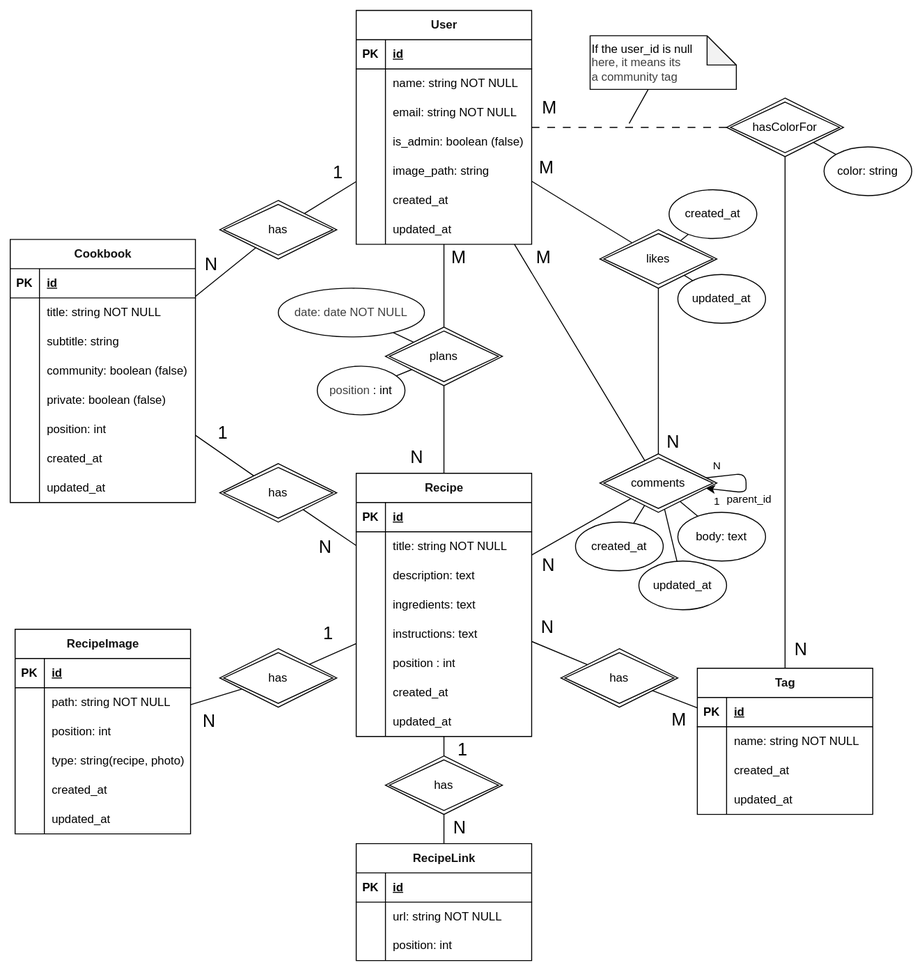
The draw.io diagram docs/diagrams/db-schema.drawio.svg in lchristmann/recipe-manager, before a commit. Source tidied: cells renumbered, new cells last; positions are measured from the earlier drawing's top-left corner, leaving out a move shared by most shapes.
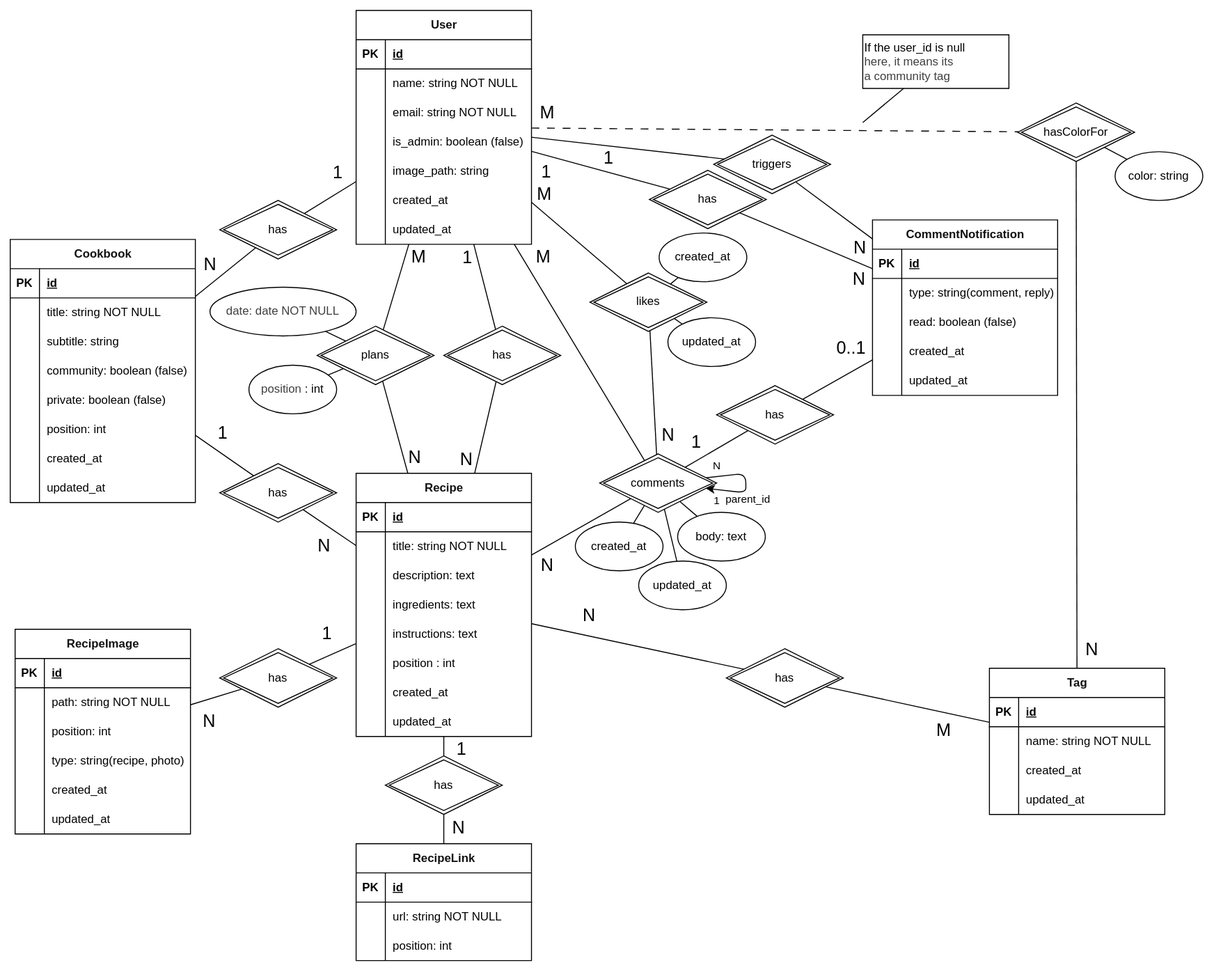
After the change.

Commit message:
feat: comment notifications (just creation for now) + have user_id on recipes

What changed in the source:
```diff
@@ -261,7 +261,7 @@
     </mxCell>
     <mxCell id="85" value="M" style="edgeLabel;html=1;align=center;verticalAlign=middle;fontSize=18;" parent="84" vertex="1">
       <mxGeometry x="-0.47" y="-2" relative="1" as="geometry">
-        <mxPoint x="16" y="-10" as="offset" />
+        <mxPoint x="18" y="-10" as="offset" />
       </mxGeometry>
     </mxCell>
     <mxCell id="86" style="edgeStyle=none;html=1;endArrow=none;endFill=0;" parent="1" edge="1" source="90" target="54">
@@ -269,7 +269,7 @@
     </mxCell>
     <mxCell id="87" value="N" style="edgeLabel;html=1;align=center;verticalAlign=middle;fontSize=18;" parent="86" vertex="1">
       <mxGeometry x="0.54" y="3" relative="1" as="geometry">
-        <mxPoint x="-32" y="4" as="offset" />
+        <mxPoint x="10" y="6" as="offset" />
       </mxGeometry>
     </mxCell>
     <mxCell id="88" style="edgeStyle=none;html=1;endArrow=none;endFill=0;" parent="1" edge="1" source="90" target="133">
@@ -279,7 +279,7 @@
       <mxGeometry relative="1" as="geometry" />
     </mxCell>
     <mxCell id="90" value="&lt;span style=&quot;background-color: light-dark(#ffffff, var(--ge-dark-color, #121212));&quot;&gt;plans&lt;/span&gt;" style="shape=rhombus;double=1;perimeter=rhombusPerimeter;whiteSpace=wrap;html=1;align=center;labelBackgroundColor=default;fillColor=#FFFFFF;" parent="1" vertex="1">
-      <mxGeometry x="385" y="325" width="120" height="60" as="geometry" />
+      <mxGeometry x="315" y="324" width="120" height="60" as="geometry" />
     </mxCell>
     <mxCell id="91" value="&lt;span style=&quot;background-color: light-dark(#ffffff, var(--ge-dark-color, #121212));&quot;&gt;&lt;font style=&quot;color: rgb(18, 18, 18);&quot;&gt;RecipeImage&lt;/font&gt;&lt;/span&gt;" style="shape=table;startSize=30;rowLines=0;fontStyle=1;align=center;html=1;labelBackgroundColor=default;fillColor=#FFFFFF;" parent="1" vertex="1">
       <mxGeometry x="5" y="635" width="180" height="210" as="geometry" />
@@ -358,7 +358,7 @@
       </mxGeometry>
     </mxCell>
     <mxCell id="115" value="&lt;span style=&quot;background-color: light-dark(#ffffff, var(--ge-dark-color, #121212));&quot;&gt;&lt;font style=&quot;color: rgb(18, 18, 18);&quot;&gt;Tag&lt;/font&gt;&lt;/span&gt;" style="shape=table;startSize=30;rowLines=0;fontStyle=1;align=center;html=1;labelBackgroundColor=default;fillColor=#FFFFFF;" parent="1" vertex="1">
-      <mxGeometry x="705" y="675" width="180" height="150" as="geometry" />
+      <mxGeometry x="1005" y="675" width="180" height="150" as="geometry" />
     </mxCell>
     <mxCell id="116" style="shape=tableRow;horizontal=0;startSize=0;swimlaneHead=0;swimlaneBody=0;fillColor=none;top=0;left=0;right=0;bottom=1;" parent="115" vertex="1">
       <mxGeometry y="30" width="180" height="30" as="geometry" />
@@ -397,7 +397,7 @@
       <mxGeometry x="30" width="150" height="30" as="geometry" />
     </mxCell>
     <mxCell id="128" value="&lt;span style=&quot;background-color: light-dark(#ffffff, var(--ge-dark-color, #121212));&quot;&gt;has&lt;/span&gt;" style="shape=rhombus;double=1;perimeter=rhombusPerimeter;whiteSpace=wrap;html=1;align=center;labelBackgroundColor=default;fillColor=#FFFFFF;" parent="1" vertex="1">
-      <mxGeometry x="565" y="655" width="120" height="60" as="geometry" />
+      <mxGeometry x="735" y="655" width="120" height="60" as="geometry" />
     </mxCell>
     <mxCell id="129" style="edgeStyle=none;html=1;endArrow=none;endFill=0;" parent="1" edge="1" source="128" target="115">
       <mxGeometry relative="1" as="geometry" />
@@ -416,10 +416,10 @@
       </mxGeometry>
     </mxCell>
     <mxCell id="133" value="&lt;span style=&quot;color: rgb(63, 63, 63);&quot;&gt;date: date NOT NULL&lt;/span&gt;" style="ellipse;whiteSpace=wrap;html=1;fillStyle=solid;fillColor=#FFFFFF;" parent="1" vertex="1">
-      <mxGeometry x="275" y="285" width="150" height="50" as="geometry" />
+      <mxGeometry x="205" y="284" width="150" height="50" as="geometry" />
     </mxCell>
     <mxCell id="134" value="&lt;span style=&quot;color: rgb(63, 63, 63); scrollbar-color: rgb(226, 226, 226) rgb(251, 251, 251); background-color: transparent;&quot;&gt;position&lt;/span&gt;&lt;span style=&quot;scrollbar-color: rgb(226, 226, 226) rgb(251, 251, 251); background-color: transparent; text-align: left; color: rgb(0, 0, 0);&quot;&gt;: int&lt;/span&gt;" style="ellipse;whiteSpace=wrap;html=1;fillStyle=solid;fillColor=#FFFFFF;" parent="1" vertex="1">
-      <mxGeometry x="315" y="365" width="90" height="50" as="geometry" />
+      <mxGeometry x="245" y="364" width="90" height="50" as="geometry" />
     </mxCell>
     <mxCell id="135" value="&lt;span style=&quot;background-color: light-dark(#ffffff, var(--ge-dark-color, #121212));&quot;&gt;&lt;font style=&quot;color: rgb(18, 18, 18);&quot;&gt;RecipeLink&lt;/font&gt;&lt;/span&gt;" style="shape=table;startSize=30;rowLines=0;fontStyle=1;align=center;html=1;labelBackgroundColor=default;fillColor=#FFFFFF;" parent="1" vertex="1">
       <mxGeometry x="355" y="855" width="180" height="120" as="geometry" />
@@ -475,7 +475,7 @@
     </mxCell>
     <mxCell id="151" value="M" style="edgeLabel;html=1;align=center;verticalAlign=middle;fontSize=18;" parent="150" vertex="1">
       <mxGeometry x="-0.47" y="-2" relative="1" as="geometry">
-        <mxPoint x="-36" y="-23" as="offset" />
+        <mxPoint x="-117" y="-19" as="offset" />
       </mxGeometry>
     </mxCell>
     <mxCell id="152" style="edgeStyle=none;html=1;endArrow=none;endFill=0;" parent="1" edge="1" source="155" target="115">
@@ -490,18 +490,18 @@
       <mxGeometry relative="1" as="geometry" />
     </mxCell>
     <mxCell id="155" value="&lt;span style=&quot;background-color: light-dark(#ffffff, var(--ge-dark-color, #121212));&quot;&gt;hasColorFor&lt;/span&gt;" style="shape=rhombus;double=1;perimeter=rhombusPerimeter;whiteSpace=wrap;html=1;align=center;labelBackgroundColor=default;fillColor=#FFFFFF;" parent="1" vertex="1">
-      <mxGeometry x="735" y="90" width="120" height="60" as="geometry" />
+      <mxGeometry x="1034" y="95" width="120" height="60" as="geometry" />
     </mxCell>
     <mxCell id="156" value="color: string" style="ellipse;whiteSpace=wrap;html=1;fillStyle=solid;fillColor=#FFFFFF;" parent="1" vertex="1">
-      <mxGeometry x="835" y="140" width="90" height="50" as="geometry" />
+      <mxGeometry x="1134" y="145" width="90" height="50" as="geometry" />
     </mxCell>
     <mxCell id="157" style="edgeStyle=none;html=1;endArrow=none;endFill=0;" parent="1" edge="1" source="158">
       <mxGeometry relative="1" as="geometry">
-        <mxPoint x="635" y="116" as="targetPoint" />
+        <mxPoint x="875" y="115" as="targetPoint" />
       </mxGeometry>
     </mxCell>
-    <mxCell id="158" value="&amp;nbsp;If the user_id is null&lt;div&gt;&lt;div style=&quot;&quot;&gt;&lt;span style=&quot;color: rgb(63, 63, 63); background-color: transparent;&quot;&gt;&amp;nbsp;here, it means its&lt;/span&gt;&lt;/div&gt;&lt;div style=&quot;&quot;&gt;&lt;span style=&quot;color: rgb(63, 63, 63); background-color: transparent;&quot;&gt;&amp;nbsp;a community tag&lt;/span&gt;&lt;/div&gt;&lt;/div&gt;" style="shape=note;whiteSpace=wrap;html=1;backgroundOutline=1;darkOpacity=0.05;align=left;fillStyle=solid;fillColor=#FFFFFF;" parent="1" vertex="1">
-      <mxGeometry x="595" y="26" width="150" height="55" as="geometry" />
+    <mxCell id="158" value="&amp;nbsp;If the user_id is null&lt;div&gt;&lt;div style=&quot;&quot;&gt;&lt;span style=&quot;color: rgb(63, 63, 63); background-color: transparent;&quot;&gt;&amp;nbsp;here, it means its&lt;/span&gt;&lt;/div&gt;&lt;div style=&quot;&quot;&gt;&lt;span style=&quot;color: rgb(63, 63, 63); background-color: transparent;&quot;&gt;&amp;nbsp;a community tag&lt;/span&gt;&lt;/div&gt;&lt;/div&gt;" style="shape=note;whiteSpace=wrap;html=1;backgroundOutline=1;darkOpacity=0.05;align=left;fillStyle=solid;fillColor=#FFFFFF;size=0;" parent="1" vertex="1">
+      <mxGeometry x="875" y="25" width="150" height="55" as="geometry" />
     </mxCell>
     <mxCell id="159" style="edgeStyle=none;html=1;endArrow=none;endFill=0;" parent="1" edge="1" source="2" target="165">
       <mxGeometry relative="1" as="geometry" />
@@ -575,23 +575,147 @@
     </mxCell>
     <mxCell id="177" value="N" style="edgeLabel;html=1;align=center;verticalAlign=middle;fontSize=18;" parent="176" vertex="1">
       <mxGeometry x="0.54" y="3" relative="1" as="geometry">
-        <mxPoint x="11" y="26" as="offset" />
+        <mxPoint x="10" y="9" as="offset" />
       </mxGeometry>
     </mxCell>
     <mxCell id="178" value="&lt;span style=&quot;background-color: light-dark(#ffffff, var(--ge-dark-color, #121212));&quot;&gt;likes&lt;/span&gt;" style="shape=rhombus;double=1;perimeter=rhombusPerimeter;whiteSpace=wrap;html=1;align=center;labelBackgroundColor=default;fillColor=#FFFFFF;" parent="1" vertex="1">
-      <mxGeometry x="605" y="225" width="120" height="60" as="geometry" />
+      <mxGeometry x="595" y="269.4" width="120" height="60" as="geometry" />
     </mxCell>
     <mxCell id="179" style="edgeStyle=none;html=1;endArrow=none;endFill=0;" parent="1" edge="1" source="180" target="178">
       <mxGeometry relative="1" as="geometry" />
     </mxCell>
     <mxCell id="180" value="created_at" style="ellipse;whiteSpace=wrap;html=1;fillStyle=solid;fillColor=#FFFFFF;" parent="1" vertex="1">
-      <mxGeometry x="676" y="184" width="90" height="50" as="geometry" />
+      <mxGeometry x="666" y="228.4" width="90" height="50" as="geometry" />
     </mxCell>
     <mxCell id="181" style="edgeStyle=none;html=1;endArrow=none;endFill=0;" parent="1" edge="1" source="182" target="178">
       <mxGeometry relative="1" as="geometry" />
     </mxCell>
     <mxCell id="182" value="updated_at" style="ellipse;whiteSpace=wrap;html=1;fillStyle=solid;fillColor=#FFFFFF;" parent="1" vertex="1">
-      <mxGeometry x="685" y="271" width="90" height="50" as="geometry" />
+      <mxGeometry x="675" y="315.4" width="90" height="50" as="geometry" />
     </mxCell>
+    <mxCell id="183" value="&lt;span style=&quot;background-color: light-dark(#ffffff, var(--ge-dark-color, #121212));&quot;&gt;&lt;font style=&quot;color: rgb(18, 18, 18);&quot;&gt;CommentNotification&lt;/font&gt;&lt;/span&gt;" style="shape=table;startSize=30;rowLines=0;fontStyle=1;align=center;html=1;labelBackgroundColor=default;fillColor=#FFFFFF;" parent="1" vertex="1">
+      <mxGeometry x="885" y="215" width="190" height="180" as="geometry" />
+    </mxCell>
+    <mxCell id="184" style="shape=tableRow;horizontal=0;startSize=0;swimlaneHead=0;swimlaneBody=0;fillColor=none;top=0;left=0;right=0;bottom=1;" parent="183" vertex="1">
+      <mxGeometry y="30" width="190" height="30" as="geometry" />
+    </mxCell>
+    <mxCell id="185" value="PK" style="shape=partialRectangle;fillColor=none;top=0;left=0;bottom=0;right=0;fontStyle=1;overflow=hidden;whiteSpace=wrap;html=1;" parent="184" vertex="1">
+      <mxGeometry width="30" height="30" as="geometry" />
+    </mxCell>
+    <mxCell id="186" value="id" style="shape=partialRectangle;fillColor=none;top=0;left=0;bottom=0;right=0;align=left;spacingLeft=6;fontStyle=5;overflow=hidden;whiteSpace=wrap;html=1;" parent="184" vertex="1">
+      <mxGeometry x="30" width="160" height="30" as="geometry" />
+    </mxCell>
+    <mxCell id="187" style="shape=tableRow;horizontal=0;startSize=0;swimlaneHead=0;swimlaneBody=0;fillColor=none;top=0;left=0;right=0;bottom=0;" parent="183" vertex="1">
+      <mxGeometry y="60" width="190" height="30" as="geometry" />
+    </mxCell>
+    <mxCell id="188" style="shape=partialRectangle;fillColor=none;top=0;left=0;bottom=0;right=0;overflow=hidden;whiteSpace=wrap;html=1;" parent="187" vertex="1">
+      <mxGeometry width="30" height="30" as="geometry" />
+    </mxCell>
+    <mxCell id="189" value="&lt;span style=&quot;color: rgb(0, 0, 0);&quot;&gt;type: string(comment, reply)&lt;/span&gt;" style="shape=partialRectangle;fillColor=none;top=0;left=0;bottom=0;right=0;align=left;spacingLeft=6;overflow=hidden;whiteSpace=wrap;html=1;" parent="187" vertex="1">
+      <mxGeometry x="30" width="160" height="30" as="geometry" />
+    </mxCell>
+    <mxCell id="190" style="shape=tableRow;horizontal=0;startSize=0;swimlaneHead=0;swimlaneBody=0;fillColor=none;top=0;left=0;right=0;bottom=0;" parent="183" vertex="1">
+      <mxGeometry y="90" width="190" height="30" as="geometry" />
+    </mxCell>
+    <mxCell id="191" style="shape=partialRectangle;fillColor=none;top=0;left=0;bottom=0;right=0;overflow=hidden;whiteSpace=wrap;html=1;" parent="190" vertex="1">
+      <mxGeometry width="30" height="30" as="geometry" />
+    </mxCell>
+    <mxCell id="192" value="read: boolean (false)" style="shape=partialRectangle;fillColor=none;top=0;left=0;bottom=0;right=0;align=left;spacingLeft=6;overflow=hidden;whiteSpace=wrap;html=1;" parent="190" vertex="1">
+      <mxGeometry x="30" width="160" height="30" as="geometry" />
+    </mxCell>
+    <mxCell id="193" style="shape=tableRow;horizontal=0;startSize=0;swimlaneHead=0;swimlaneBody=0;fillColor=none;top=0;left=0;right=0;bottom=0;" parent="183" vertex="1">
+      <mxGeometry y="120" width="190" height="30" as="geometry" />
+    </mxCell>
+    <mxCell id="194" style="shape=partialRectangle;fillColor=none;top=0;left=0;bottom=0;right=0;overflow=hidden;whiteSpace=wrap;html=1;" parent="193" vertex="1">
+      <mxGeometry width="30" height="30" as="geometry" />
+    </mxCell>
+    <mxCell id="195" value="created_at" style="shape=partialRectangle;fillColor=none;top=0;left=0;bottom=0;right=0;align=left;spacingLeft=6;overflow=hidden;whiteSpace=wrap;html=1;" parent="193" vertex="1">
+      <mxGeometry x="30" width="160" height="30" as="geometry" />
+    </mxCell>
+    <mxCell id="196" style="shape=tableRow;horizontal=0;startSize=0;swimlaneHead=0;swimlaneBody=0;fillColor=none;top=0;left=0;right=0;bottom=0;" parent="183" vertex="1">
+      <mxGeometry y="150" width="190" height="30" as="geometry" />
+    </mxCell>
+    <mxCell id="197" style="shape=partialRectangle;fillColor=none;top=0;left=0;bottom=0;right=0;overflow=hidden;whiteSpace=wrap;html=1;" parent="196" vertex="1">
+      <mxGeometry width="30" height="30" as="geometry" />
+    </mxCell>
+    <mxCell id="198" value="&lt;span style=&quot;color: rgb(0, 0, 0);&quot;&gt;updated_at&lt;/span&gt;" style="shape=partialRectangle;fillColor=none;top=0;left=0;bottom=0;right=0;align=left;spacingLeft=6;overflow=hidden;whiteSpace=wrap;html=1;" parent="196" vertex="1">
+      <mxGeometry x="30" width="160" height="30" as="geometry" />
+    </mxCell>
+    <mxCell id="199" style="edgeStyle=none;html=1;endArrow=none;endFill=0;" parent="1" edge="1" source="2" target="203">
+      <mxGeometry relative="1" as="geometry" />
+    </mxCell>
+    <mxCell id="200" value="1" style="edgeLabel;html=1;align=center;verticalAlign=middle;fontSize=18;" parent="199" vertex="1">
+      <mxGeometry x="-0.47" y="-2" relative="1" as="geometry">
+        <mxPoint x="-23" y="9" as="offset" />
+      </mxGeometry>
+    </mxCell>
+    <mxCell id="201" style="edgeStyle=none;html=1;endArrow=none;endFill=0;" parent="1" edge="1" source="203" target="183">
+      <mxGeometry relative="1" as="geometry" />
+    </mxCell>
+    <mxCell id="202" value="N" style="edgeLabel;html=1;align=center;verticalAlign=middle;fontSize=18;" parent="201" vertex="1">
+      <mxGeometry x="0.54" y="3" relative="1" as="geometry">
+        <mxPoint x="16" y="26" as="offset" />
+      </mxGeometry>
+    </mxCell>
+    <mxCell id="203" value="&lt;span style=&quot;background-color: light-dark(#ffffff, var(--ge-dark-color, #121212));&quot;&gt;has&lt;/span&gt;" style="shape=rhombus;double=1;perimeter=rhombusPerimeter;whiteSpace=wrap;html=1;align=center;labelBackgroundColor=default;fillColor=#FFFFFF;" parent="1" vertex="1">
+      <mxGeometry x="656" y="164" width="120" height="60" as="geometry" />
+    </mxCell>
+    <mxCell id="204" style="edgeStyle=none;html=1;endArrow=none;endFill=0;" parent="1" edge="1" source="165" target="208">
+      <mxGeometry relative="1" as="geometry" />
+    </mxCell>
+    <mxCell id="205" value="1" style="edgeLabel;html=1;align=center;verticalAlign=middle;fontSize=18;" parent="204" vertex="1">
+      <mxGeometry x="-0.47" y="-2" relative="1" as="geometry">
+        <mxPoint x="-7" y="-18" as="offset" />
+      </mxGeometry>
+    </mxCell>
+    <mxCell id="206" style="edgeStyle=none;html=1;endArrow=none;endFill=0;" parent="1" edge="1" source="208" target="183">
+      <mxGeometry relative="1" as="geometry" />
+    </mxCell>
+    <mxCell id="207" value="0..1" style="edgeLabel;html=1;align=center;verticalAlign=middle;fontSize=18;" parent="206" vertex="1">
+      <mxGeometry x="0.54" y="3" relative="1" as="geometry">
+        <mxPoint x="-4" y="-19" as="offset" />
+      </mxGeometry>
+    </mxCell>
+    <mxCell id="208" value="&lt;span style=&quot;background-color: light-dark(#ffffff, var(--ge-dark-color, #121212));&quot;&gt;has&lt;/span&gt;" style="shape=rhombus;double=1;perimeter=rhombusPerimeter;whiteSpace=wrap;html=1;align=center;labelBackgroundColor=default;fillColor=#FFFFFF;" parent="1" vertex="1">
+      <mxGeometry x="725" y="385" width="120" height="60" as="geometry" />
+    </mxCell>
+    <mxCell id="209" style="edgeStyle=none;html=1;endArrow=none;endFill=0;" parent="1" edge="1" source="2" target="213">
+      <mxGeometry relative="1" as="geometry" />
+    </mxCell>
+    <mxCell id="210" value="1" style="edgeLabel;html=1;align=center;verticalAlign=middle;fontSize=18;" parent="209" vertex="1">
+      <mxGeometry x="-0.47" y="-2" relative="1" as="geometry">
+        <mxPoint x="26" y="13" as="offset" />
+      </mxGeometry>
+    </mxCell>
+    <mxCell id="211" style="edgeStyle=none;html=1;endArrow=none;endFill=0;" parent="1" edge="1" source="213" target="183">
+      <mxGeometry relative="1" as="geometry" />
+    </mxCell>
+    <mxCell id="212" value="N" style="edgeLabel;html=1;align=center;verticalAlign=middle;fontSize=18;" parent="211" vertex="1">
+      <mxGeometry x="0.54" y="3" relative="1" as="geometry">
+        <mxPoint x="3" y="25" as="offset" />
+      </mxGeometry>
+    </mxCell>
+    <mxCell id="213" value="&lt;span style=&quot;background-color: light-dark(#ffffff, var(--ge-dark-color, #121212));&quot;&gt;triggers&lt;/span&gt;" style="shape=rhombus;double=1;perimeter=rhombusPerimeter;whiteSpace=wrap;html=1;align=center;labelBackgroundColor=default;fillColor=#FFFFFF;" parent="1" vertex="1">
+      <mxGeometry x="722" y="128" width="120" height="60" as="geometry" />
+    </mxCell>
+    <mxCell id="214" style="edgeStyle=none;html=1;endArrow=none;endFill=0;" parent="1" edge="1" source="2" target="218">
+      <mxGeometry relative="1" as="geometry" />
+    </mxCell>
+    <mxCell id="215" value="1" style="edgeLabel;html=1;align=center;verticalAlign=middle;fontSize=18;" parent="214" vertex="1">
+      <mxGeometry x="-0.47" y="-2" relative="1" as="geometry">
+        <mxPoint x="-11" y="-11" as="offset" />
+      </mxGeometry>
+    </mxCell>
+    <mxCell id="216" style="edgeStyle=none;html=1;endArrow=none;endFill=0;" parent="1" edge="1" source="218" target="54">
+      <mxGeometry relative="1" as="geometry" />
+    </mxCell>
+    <mxCell id="217" value="N" style="edgeLabel;html=1;align=center;verticalAlign=middle;fontSize=18;" parent="216" vertex="1">
+      <mxGeometry x="0.54" y="3" relative="1" as="geometry">
+        <mxPoint x="-17" y="6" as="offset" />
+      </mxGeometry>
+    </mxCell>
+    <mxCell id="218" value="&lt;span style=&quot;background-color: light-dark(#ffffff, var(--ge-dark-color, #121212));&quot;&gt;has&lt;/span&gt;" style="shape=rhombus;double=1;perimeter=rhombusPerimeter;whiteSpace=wrap;html=1;align=center;labelBackgroundColor=default;fillColor=#FFFFFF;" parent="1" vertex="1">
+      <mxGeometry x="445" y="324" width="120" height="60" as="geometry" />
+    </mxCell>
   </root>
 </mxGraphModel>
```
